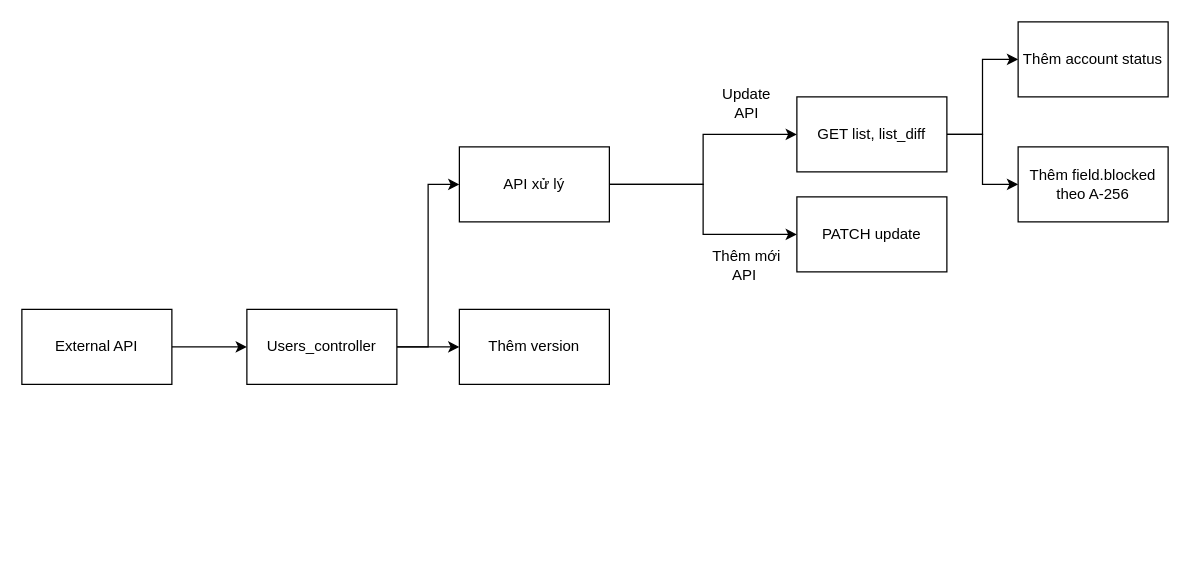
hoangpn256/diagram keeps this draw.io diagram as page "A-100-2" (1 of 10) of Spec tháng 7.drawio. Above is the earlier version. Source tidied: cells renumbered, new cells numbered last; positions are measured from the earlier drawing's top-left corner, leaving out a move shared by most shapes. Both pictures are drawn from the tidied source at 125%, with x=0, y=0 at pixel (21, 21).
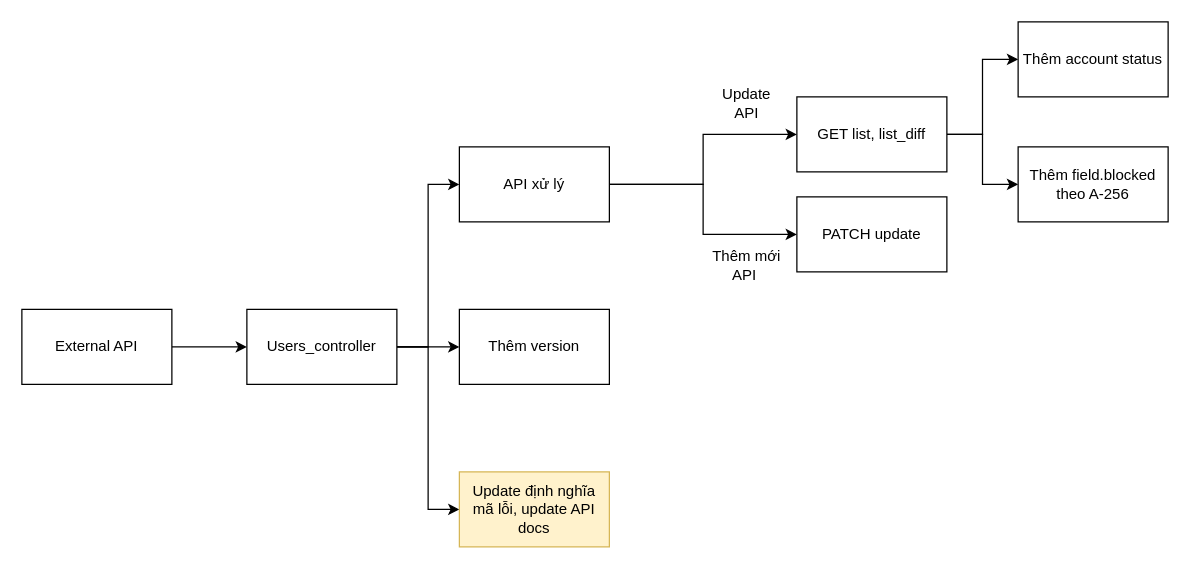
Above is the later version.

Unchanged cells that the change refers to:
```xml
<mxCell id="6" value="Users_controller" style="rounded=0;whiteSpace=wrap;html=1;" parent="1" vertex="1">
  <mxGeometry x="180" y="230" width="120" height="60" as="geometry" />
</mxCell>
```

Diff of the diagram source:
```diff
@@
+    <mxCell id="19" style="edgeStyle=orthogonalEdgeStyle;rounded=0;jettySize=auto;html=1;exitX=1;exitY=0.5;exitDx=0;exitDy=0;entryX=0;entryY=0.5;entryDx=0;entryDy=0;" parent="1" edge="1" source="6" target="20">
+      <mxGeometry relative="1" as="geometry" />
+    </mxCell>
@@
+    <mxCell id="20" value="Update định nghĩa mã lỗi, update API docs" style="rounded=0;whiteSpace=wrap;html=1;fillColor=#fff2cc;strokeColor=#d6b656;" parent="1" vertex="1">
+      <mxGeometry x="350" y="360" width="120" height="60" as="geometry" />
+    </mxCell>
```
